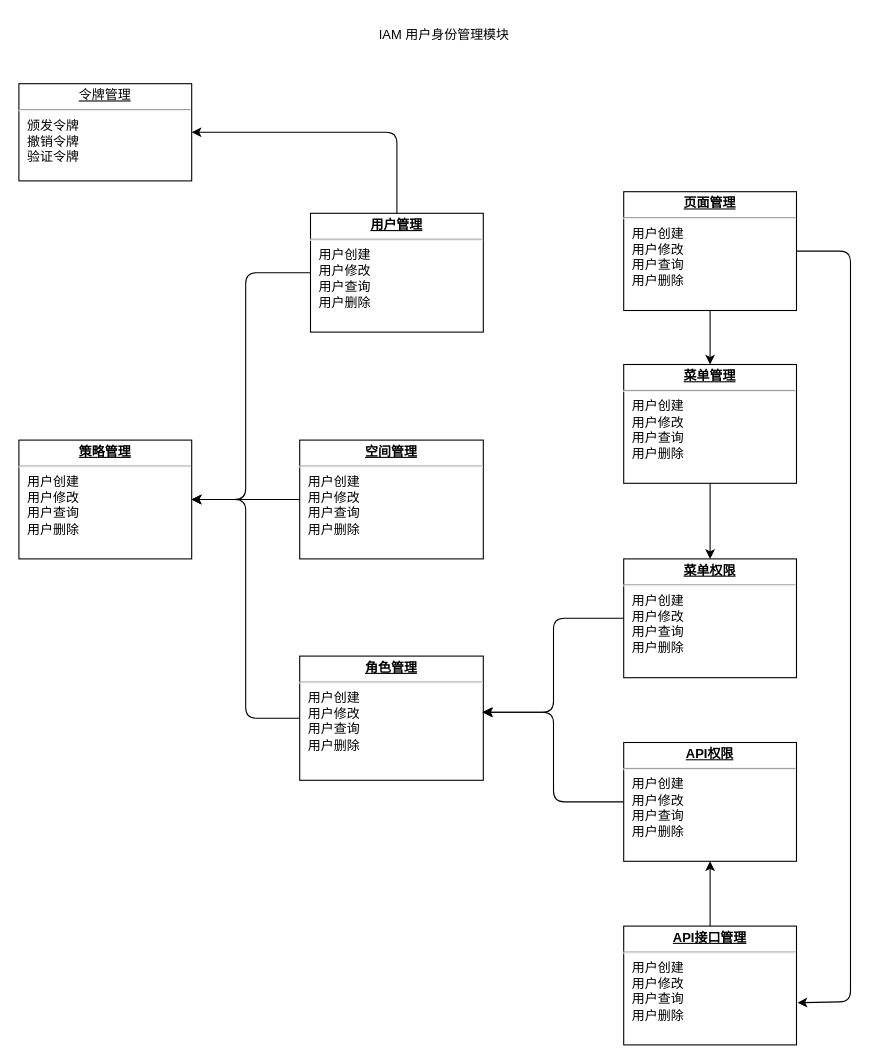
The draw.io diagram iam/docs/arch.drawio in infraboard/modules, before the edit. Source tidied: cells renumbered, new cells numbered last; positions are measured from the earlier drawing's top-left corner, leaving out a move shared by most shapes. Both pictures are drawn from the tidied source at 108%, with x=0, y=0 at pixel (18, 18).
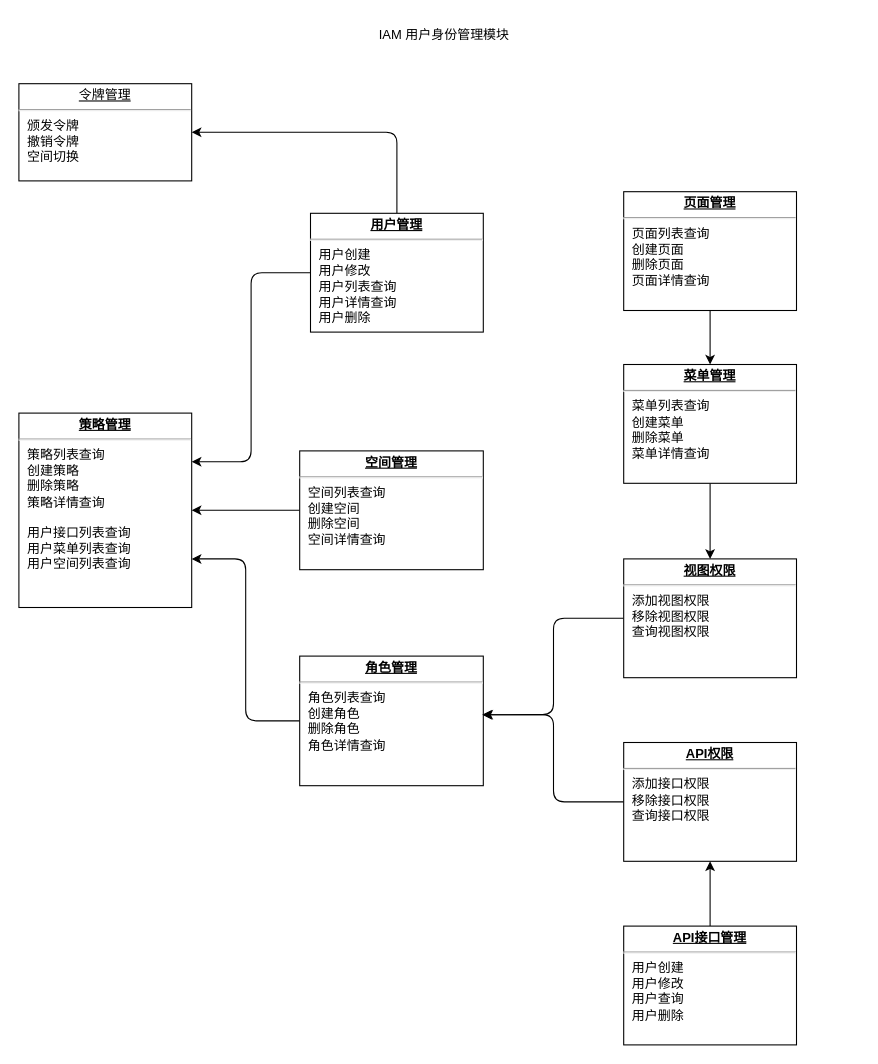
The same diagram, later.

Unchanged cells that the change refers to:
```xml
<mxCell id="17" value="&lt;p style=&quot;margin:0px;margin-top:4px;text-align:center;text-decoration:underline;&quot;&gt;&lt;b&gt;API接口管理&lt;/b&gt;&lt;/p&gt;&lt;hr&gt;&lt;p style=&quot;margin:0px;margin-left:8px;&quot;&gt;用户创建&lt;/p&gt;&lt;p style=&quot;margin:0px;margin-left:8px;&quot;&gt;用户修改&lt;/p&gt;&lt;p style=&quot;margin:0px;margin-left:8px;&quot;&gt;用户查询&lt;/p&gt;&lt;p style=&quot;margin:0px;margin-left:8px;&quot;&gt;用户删除&lt;/p&gt;" style="verticalAlign=top;align=left;overflow=fill;fontSize=12;fontFamily=Helvetica;html=1;" parent="1" vertex="1">
  <mxGeometry x="560" y="840" width="160" height="110" as="geometry" />
</mxCell>
```

What changed in the source:
```diff
@@
+    <mxCell id="3" style="edgeStyle=orthogonalEdgeStyle;html=1;exitX=0.5;exitY=0;exitDx=0;exitDy=0;entryX=1;entryY=0.5;entryDx=0;entryDy=0;" parent="1" edge="1" source="4" target="5">
+      <mxGeometry relative="1" as="geometry" />
+    </mxCell>
-    <mxCell id="2" style="edgeStyle=orthogonalEdgeStyle;html=1;exitX=0;exitY=0.5;exitDx=0;exitDy=0;entryX=1;entryY=0.5;entryDx=0;entryDy=0;" parent="1" edge="1" source="4" target="11">
-      <mxGeometry relative="1" as="geometry">
-        <Array as="points">
-          <mxPoint x="210" y="235" />
-          <mxPoint x="210" y="445" />
-        </Array>
-      </mxGeometry>
+    <mxCell id="2" style="edgeStyle=orthogonalEdgeStyle;html=1;exitX=0;exitY=0.5;exitDx=0;exitDy=0;entryX=1;entryY=0.25;entryDx=0;entryDy=0;" parent="1" edge="1" source="4" target="11">
+      <mxGeometry relative="1" as="geometry" />
     </mxCell>
-    <mxCell id="3" style="edgeStyle=orthogonalEdgeStyle;html=1;exitX=0.5;exitY=0;exitDx=0;exitDy=0;entryX=1;entryY=0.5;entryDx=0;entryDy=0;" parent="1" edge="1" source="4" target="5">
-      <mxGeometry relative="1" as="geometry" />
-    </mxCell>
-    <mxCell id="4" value="&lt;p style=&quot;margin:0px;margin-top:4px;text-align:center;text-decoration:underline;&quot;&gt;&lt;b&gt;用户管理&lt;/b&gt;&lt;/p&gt;&lt;hr&gt;&lt;p style=&quot;margin:0px;margin-left:8px;&quot;&gt;用户创建&lt;/p&gt;&lt;p style=&quot;margin:0px;margin-left:8px;&quot;&gt;用户修改&lt;/p&gt;&lt;p style=&quot;margin:0px;margin-left:8px;&quot;&gt;用户查询&lt;/p&gt;&lt;p style=&quot;margin:0px;margin-left:8px;&quot;&gt;用户删除&lt;/p&gt;" style="verticalAlign=top;align=left;overflow=fill;fontSize=12;fontFamily=Helvetica;html=1;" parent="1" vertex="1">
+    <mxCell id="4" value="&lt;p style=&quot;margin:0px;margin-top:4px;text-align:center;text-decoration:underline;&quot;&gt;&lt;b&gt;用户管理&lt;/b&gt;&lt;/p&gt;&lt;hr&gt;&lt;p style=&quot;margin:0px;margin-left:8px;&quot;&gt;用户创建&lt;/p&gt;&lt;p style=&quot;margin:0px;margin-left:8px;&quot;&gt;用户修改&lt;/p&gt;&lt;p style=&quot;margin:0px;margin-left:8px;&quot;&gt;用户列表查询&lt;/p&gt;&lt;p style=&quot;margin:0px;margin-left:8px;&quot;&gt;用户详情查询&lt;/p&gt;&lt;p style=&quot;margin:0px;margin-left:8px;&quot;&gt;用户删除&lt;/p&gt;" style="verticalAlign=top;align=left;overflow=fill;fontSize=12;fontFamily=Helvetica;html=1;" parent="1" vertex="1">
       <mxGeometry x="270" y="180" width="160" height="110" as="geometry" />
     </mxCell>
-    <mxCell id="5" value="&lt;p style=&quot;margin:0px;margin-top:4px;text-align:center;text-decoration:underline;&quot;&gt;令牌管理&lt;/p&gt;&lt;hr&gt;&lt;p style=&quot;margin:0px;margin-left:8px;&quot;&gt;颁发令牌&lt;/p&gt;&lt;p style=&quot;margin:0px;margin-left:8px;&quot;&gt;撤销令牌&lt;/p&gt;&lt;p style=&quot;margin:0px;margin-left:8px;&quot;&gt;验证令牌&lt;br&gt;&lt;/p&gt;" style="verticalAlign=top;align=left;overflow=fill;fontSize=12;fontFamily=Helvetica;html=1;" parent="1" vertex="1">
+    <mxCell id="5" value="&lt;p style=&quot;margin:0px;margin-top:4px;text-align:center;text-decoration:underline;&quot;&gt;令牌管理&lt;/p&gt;&lt;hr&gt;&lt;p style=&quot;margin:0px;margin-left:8px;&quot;&gt;颁发令牌&lt;/p&gt;&lt;p style=&quot;margin:0px;margin-left:8px;&quot;&gt;撤销令牌&lt;/p&gt;&lt;p style=&quot;margin:0px;margin-left:8px;&quot;&gt;空间切换&lt;br&gt;&lt;/p&gt;" style="verticalAlign=top;align=left;overflow=fill;fontSize=12;fontFamily=Helvetica;html=1;" parent="1" vertex="1">
       <mxGeometry y="60" width="160" height="90" as="geometry" />
     </mxCell>
@@
-    <mxCell id="7" style="edgeStyle=orthogonalEdgeStyle;html=1;exitX=0;exitY=0.5;exitDx=0;exitDy=0;entryX=1;entryY=0.5;entryDx=0;entryDy=0;" parent="1" edge="1" source="8" target="11">
-      <mxGeometry relative="1" as="geometry">
-        <Array as="points">
-          <mxPoint x="210" y="648" />
-          <mxPoint x="210" y="445" />
-        </Array>
-      </mxGeometry>
+    <mxCell id="7" style="edgeStyle=orthogonalEdgeStyle;html=1;exitX=0;exitY=0.5;exitDx=0;exitDy=0;entryX=1;entryY=0.75;entryDx=0;entryDy=0;" parent="1" edge="1" source="8" target="11">
+      <mxGeometry relative="1" as="geometry" />
     </mxCell>
-    <mxCell id="8" value="&lt;p style=&quot;margin:0px;margin-top:4px;text-align:center;text-decoration:underline;&quot;&gt;&lt;b&gt;角色管理&lt;/b&gt;&lt;/p&gt;&lt;hr&gt;&lt;p style=&quot;margin:0px;margin-left:8px;&quot;&gt;用户创建&lt;/p&gt;&lt;p style=&quot;margin:0px;margin-left:8px;&quot;&gt;用户修改&lt;/p&gt;&lt;p style=&quot;margin:0px;margin-left:8px;&quot;&gt;用户查询&lt;/p&gt;&lt;p style=&quot;margin:0px;margin-left:8px;&quot;&gt;用户删除&lt;/p&gt;" style="verticalAlign=top;align=left;overflow=fill;fontSize=12;fontFamily=Helvetica;html=1;" parent="1" vertex="1">
-      <mxGeometry x="260" y="590" width="170" height="115" as="geometry" />
+    <mxCell id="8" value="&lt;p style=&quot;margin:0px;margin-top:4px;text-align:center;text-decoration:underline;&quot;&gt;&lt;b&gt;角色管理&lt;/b&gt;&lt;/p&gt;&lt;hr&gt;&lt;p style=&quot;margin: 0px 0px 0px 8px;&quot;&gt;角色列表查询&lt;/p&gt;&lt;p style=&quot;margin: 0px 0px 0px 8px;&quot;&gt;创建角色&lt;/p&gt;&lt;p style=&quot;margin: 0px 0px 0px 8px;&quot;&gt;删除角色&lt;/p&gt;&lt;p style=&quot;margin: 0px 0px 0px 8px;&quot;&gt;角色详情查询&lt;/p&gt;&lt;p style=&quot;margin: 0px 0px 0px 8px;&quot;&gt;&lt;br&gt;&lt;/p&gt;&lt;p style=&quot;margin: 0px 0px 0px 8px;&quot;&gt;&lt;br&gt;&lt;/p&gt;&lt;p style=&quot;margin: 0px 0px 0px 8px;&quot;&gt;&lt;br&gt;&lt;/p&gt;&lt;p style=&quot;margin: 0px 0px 0px 8px;&quot;&gt;&lt;br&gt;&lt;/p&gt;" style="verticalAlign=top;align=left;overflow=fill;fontSize=12;fontFamily=Helvetica;html=1;" parent="1" vertex="1">
+      <mxGeometry x="260" y="590" width="170" height="120" as="geometry" />
     </mxCell>
@@
-    <mxCell id="10" value="&lt;p style=&quot;margin:0px;margin-top:4px;text-align:center;text-decoration:underline;&quot;&gt;&lt;b&gt;空间管理&lt;/b&gt;&lt;/p&gt;&lt;hr&gt;&lt;p style=&quot;margin:0px;margin-left:8px;&quot;&gt;用户创建&lt;/p&gt;&lt;p style=&quot;margin:0px;margin-left:8px;&quot;&gt;用户修改&lt;/p&gt;&lt;p style=&quot;margin:0px;margin-left:8px;&quot;&gt;用户查询&lt;/p&gt;&lt;p style=&quot;margin:0px;margin-left:8px;&quot;&gt;用户删除&lt;/p&gt;" style="verticalAlign=top;align=left;overflow=fill;fontSize=12;fontFamily=Helvetica;html=1;" parent="1" vertex="1">
-      <mxGeometry x="260" y="390" width="170" height="110" as="geometry" />
+    <mxCell id="10" value="&lt;p style=&quot;margin:0px;margin-top:4px;text-align:center;text-decoration:underline;&quot;&gt;&lt;b&gt;空间管理&lt;/b&gt;&lt;/p&gt;&lt;hr&gt;&lt;p style=&quot;margin: 0px 0px 0px 8px;&quot;&gt;空间列表查询&lt;/p&gt;&lt;p style=&quot;margin: 0px 0px 0px 8px;&quot;&gt;创建空间&lt;/p&gt;&lt;p style=&quot;margin: 0px 0px 0px 8px;&quot;&gt;删除空间&lt;/p&gt;&lt;p style=&quot;margin: 0px 0px 0px 8px;&quot;&gt;空间详情查询&lt;/p&gt;" style="verticalAlign=top;align=left;overflow=fill;fontSize=12;fontFamily=Helvetica;html=1;" parent="1" vertex="1">
+      <mxGeometry x="260" y="400" width="170" height="110" as="geometry" />
     </mxCell>
-    <mxCell id="11" value="&lt;p style=&quot;margin:0px;margin-top:4px;text-align:center;text-decoration:underline;&quot;&gt;&lt;b&gt;策略管理&lt;/b&gt;&lt;/p&gt;&lt;hr&gt;&lt;p style=&quot;margin:0px;margin-left:8px;&quot;&gt;用户创建&lt;/p&gt;&lt;p style=&quot;margin:0px;margin-left:8px;&quot;&gt;用户修改&lt;/p&gt;&lt;p style=&quot;margin:0px;margin-left:8px;&quot;&gt;用户查询&lt;/p&gt;&lt;p style=&quot;margin:0px;margin-left:8px;&quot;&gt;用户删除&lt;/p&gt;" style="verticalAlign=top;align=left;overflow=fill;fontSize=12;fontFamily=Helvetica;html=1;" parent="1" vertex="1">
-      <mxGeometry y="390" width="160" height="110" as="geometry" />
+    <mxCell id="11" value="&lt;p style=&quot;margin:0px;margin-top:4px;text-align:center;text-decoration:underline;&quot;&gt;&lt;b&gt;策略管理&lt;/b&gt;&lt;/p&gt;&lt;hr&gt;&lt;p style=&quot;margin:0px;margin-left:8px;&quot;&gt;策略列表查询&lt;/p&gt;&lt;p style=&quot;margin:0px;margin-left:8px;&quot;&gt;创建策略&lt;/p&gt;&lt;p style=&quot;margin:0px;margin-left:8px;&quot;&gt;删除策略&lt;/p&gt;&lt;p style=&quot;margin:0px;margin-left:8px;&quot;&gt;策略详情查询&lt;/p&gt;&lt;p style=&quot;margin:0px;margin-left:8px;&quot;&gt;&lt;br&gt;&lt;/p&gt;&lt;p style=&quot;margin:0px;margin-left:8px;&quot;&gt;用户接口列表查询&lt;/p&gt;&lt;p style=&quot;margin:0px;margin-left:8px;&quot;&gt;用户菜单列表查询&lt;/p&gt;&lt;p style=&quot;margin:0px;margin-left:8px;&quot;&gt;用户空间列表查询&lt;/p&gt;" style="verticalAlign=top;align=left;overflow=fill;fontSize=12;fontFamily=Helvetica;html=1;" parent="1" vertex="1">
+      <mxGeometry y="365" width="160" height="180" as="geometry" />
     </mxCell>
@@
-    <mxCell id="13" value="&lt;p style=&quot;margin:0px;margin-top:4px;text-align:center;text-decoration:underline;&quot;&gt;&lt;b&gt;菜单权限&lt;/b&gt;&lt;/p&gt;&lt;hr&gt;&lt;p style=&quot;margin:0px;margin-left:8px;&quot;&gt;用户创建&lt;/p&gt;&lt;p style=&quot;margin:0px;margin-left:8px;&quot;&gt;用户修改&lt;/p&gt;&lt;p style=&quot;margin:0px;margin-left:8px;&quot;&gt;用户查询&lt;/p&gt;&lt;p style=&quot;margin:0px;margin-left:8px;&quot;&gt;用户删除&lt;/p&gt;" style="verticalAlign=top;align=left;overflow=fill;fontSize=12;fontFamily=Helvetica;html=1;" parent="1" vertex="1">
+    <mxCell id="13" value="&lt;p style=&quot;margin:0px;margin-top:4px;text-align:center;text-decoration:underline;&quot;&gt;&lt;b&gt;视图权限&lt;/b&gt;&lt;/p&gt;&lt;hr&gt;&lt;p style=&quot;margin: 0px 0px 0px 8px;&quot;&gt;添加视图权限&lt;/p&gt;&lt;p style=&quot;margin: 0px 0px 0px 8px;&quot;&gt;移除视图权限&lt;/p&gt;&lt;p style=&quot;margin: 0px 0px 0px 8px;&quot;&gt;查询视图权限&lt;/p&gt;" style="verticalAlign=top;align=left;overflow=fill;fontSize=12;fontFamily=Helvetica;html=1;" parent="1" vertex="1">
       <mxGeometry x="560" y="500" width="160" height="110" as="geometry" />
     </mxCell>
@@
-    <mxCell id="15" value="&lt;p style=&quot;margin:0px;margin-top:4px;text-align:center;text-decoration:underline;&quot;&gt;&lt;b&gt;API权限&lt;/b&gt;&lt;/p&gt;&lt;hr&gt;&lt;p style=&quot;margin:0px;margin-left:8px;&quot;&gt;用户创建&lt;/p&gt;&lt;p style=&quot;margin:0px;margin-left:8px;&quot;&gt;用户修改&lt;/p&gt;&lt;p style=&quot;margin:0px;margin-left:8px;&quot;&gt;用户查询&lt;/p&gt;&lt;p style=&quot;margin:0px;margin-left:8px;&quot;&gt;用户删除&lt;/p&gt;" style="verticalAlign=top;align=left;overflow=fill;fontSize=12;fontFamily=Helvetica;html=1;" parent="1" vertex="1">
+    <mxCell id="15" value="&lt;p style=&quot;margin:0px;margin-top:4px;text-align:center;text-decoration:underline;&quot;&gt;&lt;b&gt;API权限&lt;/b&gt;&lt;/p&gt;&lt;hr&gt;&lt;p style=&quot;margin: 0px 0px 0px 8px;&quot;&gt;添加接口权限&lt;/p&gt;&lt;p style=&quot;margin: 0px 0px 0px 8px;&quot;&gt;移除接口权限&lt;/p&gt;&lt;p style=&quot;margin: 0px 0px 0px 8px;&quot;&gt;查询接口权限&lt;/p&gt;" style="verticalAlign=top;align=left;overflow=fill;fontSize=12;fontFamily=Helvetica;html=1;" parent="1" vertex="1">
       <mxGeometry x="560" y="670" width="160" height="110" as="geometry" />
     </mxCell>
@@
-    <mxCell id="19" value="&lt;p style=&quot;margin:0px;margin-top:4px;text-align:center;text-decoration:underline;&quot;&gt;&lt;b&gt;菜单管理&lt;/b&gt;&lt;/p&gt;&lt;hr&gt;&lt;p style=&quot;margin:0px;margin-left:8px;&quot;&gt;用户创建&lt;/p&gt;&lt;p style=&quot;margin:0px;margin-left:8px;&quot;&gt;用户修改&lt;/p&gt;&lt;p style=&quot;margin:0px;margin-left:8px;&quot;&gt;用户查询&lt;/p&gt;&lt;p style=&quot;margin:0px;margin-left:8px;&quot;&gt;用户删除&lt;/p&gt;" style="verticalAlign=top;align=left;overflow=fill;fontSize=12;fontFamily=Helvetica;html=1;" parent="1" vertex="1">
+    <mxCell id="19" value="&lt;p style=&quot;margin:0px;margin-top:4px;text-align:center;text-decoration:underline;&quot;&gt;&lt;b&gt;菜单管理&lt;/b&gt;&lt;/p&gt;&lt;hr&gt;&lt;p style=&quot;margin:0px;margin-left:8px;&quot;&gt;菜单列表查询&lt;/p&gt;&lt;p style=&quot;margin:0px;margin-left:8px;&quot;&gt;创建菜单&lt;/p&gt;&lt;p style=&quot;margin:0px;margin-left:8px;&quot;&gt;删除菜单&lt;/p&gt;&lt;p style=&quot;margin:0px;margin-left:8px;&quot;&gt;菜单详情查询&lt;/p&gt;" style="verticalAlign=top;align=left;overflow=fill;fontSize=12;fontFamily=Helvetica;html=1;" parent="1" vertex="1">
       <mxGeometry x="560" y="320" width="160" height="110" as="geometry" />
     </mxCell>
@@
-    <mxCell id="21" style="edgeStyle=orthogonalEdgeStyle;html=1;exitX=1;exitY=0.5;exitDx=0;exitDy=0;entryX=1.006;entryY=0.645;entryDx=0;entryDy=0;entryPerimeter=0;" parent="1" edge="1" source="22" target="17">
-      <mxGeometry relative="1" as="geometry">
-        <Array as="points">
-          <mxPoint x="770" y="215" />
-          <mxPoint x="770" y="910" />
-        </Array>
-      </mxGeometry>
-    </mxCell>
-    <mxCell id="22" value="&lt;p style=&quot;margin:0px;margin-top:4px;text-align:center;text-decoration:underline;&quot;&gt;&lt;b&gt;页面管理&lt;/b&gt;&lt;/p&gt;&lt;hr&gt;&lt;p style=&quot;margin:0px;margin-left:8px;&quot;&gt;用户创建&lt;/p&gt;&lt;p style=&quot;margin:0px;margin-left:8px;&quot;&gt;用户修改&lt;/p&gt;&lt;p style=&quot;margin:0px;margin-left:8px;&quot;&gt;用户查询&lt;/p&gt;&lt;p style=&quot;margin:0px;margin-left:8px;&quot;&gt;用户删除&lt;/p&gt;" style="verticalAlign=top;align=left;overflow=fill;fontSize=12;fontFamily=Helvetica;html=1;" parent="1" vertex="1">
+    <mxCell id="22" value="&lt;p style=&quot;margin:0px;margin-top:4px;text-align:center;text-decoration:underline;&quot;&gt;&lt;b&gt;页面管理&lt;/b&gt;&lt;/p&gt;&lt;hr&gt;&lt;p style=&quot;margin:0px;margin-left:8px;&quot;&gt;页面列表查询&lt;/p&gt;&lt;p style=&quot;margin:0px;margin-left:8px;&quot;&gt;创建页面&lt;/p&gt;&lt;p style=&quot;margin:0px;margin-left:8px;&quot;&gt;删除页面&lt;/p&gt;&lt;p style=&quot;margin:0px;margin-left:8px;&quot;&gt;页面详情查询&lt;/p&gt;" style="verticalAlign=top;align=left;overflow=fill;fontSize=12;fontFamily=Helvetica;html=1;" parent="1" vertex="1">
       <mxGeometry x="560" y="160" width="160" height="110" as="geometry" />
     </mxCell>
```
